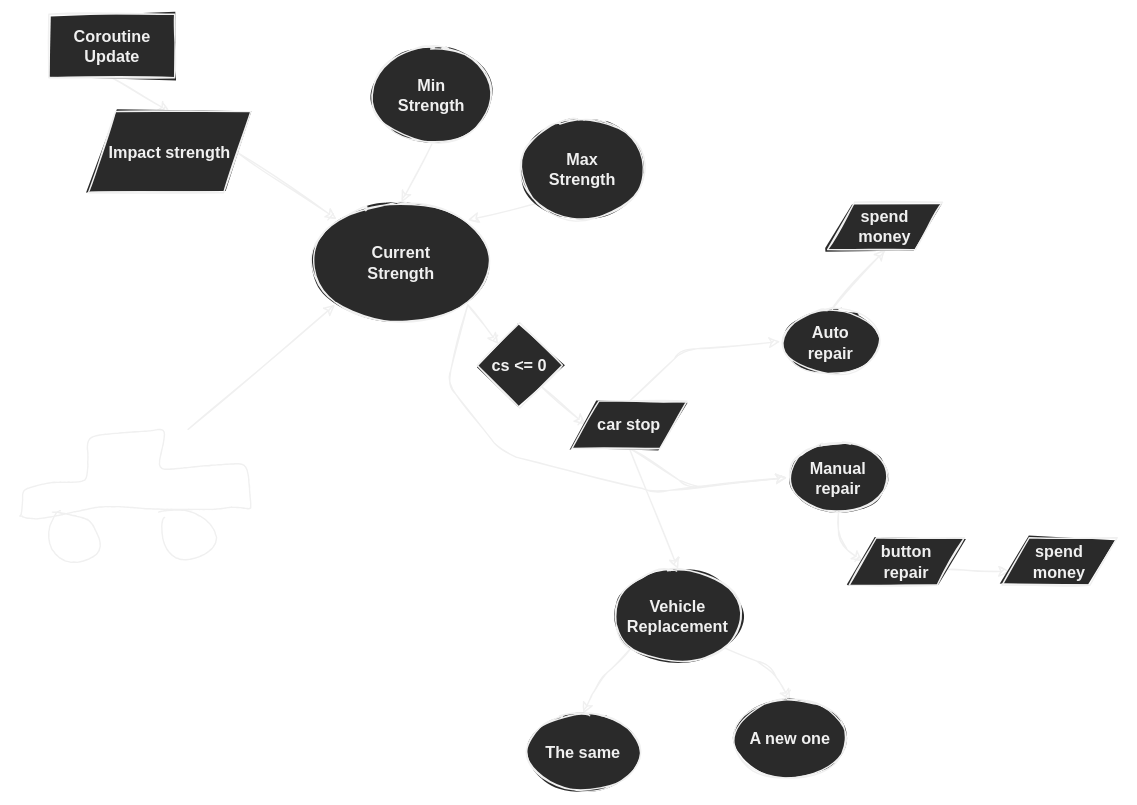
Above: Assets/Documents/MexicoTycoon/Untitled Diagram.svg in MatherTGL/Mexico-Tycoon-Last (draw.io), before the change. Source tidied: cells renumbered, new cells last; positions are measured from the earlier drawing's top-left corner, leaving out a move shared by most shapes.
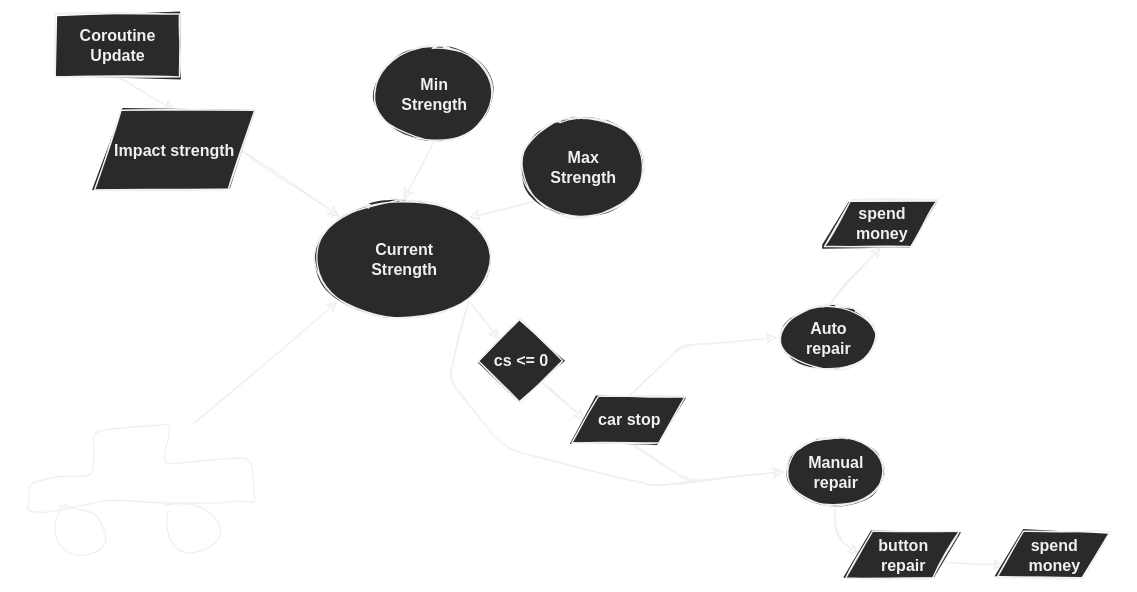
After the change.

What changed in the source:
```diff
@@ -73,9 +73,6 @@
         </Array>
       </mxGeometry>
     </mxCell>
-    <mxCell id="21" style="edgeStyle=none;html=1;exitX=0.5;exitY=1;exitDx=0;exitDy=0;entryX=0.5;entryY=0;entryDx=0;entryDy=0;sketch=1;" parent="1" edge="1" source="22" target="33">
-      <mxGeometry relative="1" as="geometry" />
-    </mxCell>
     <mxCell id="22" value="&lt;b&gt;car stop&lt;/b&gt;" style="shape=parallelogram;perimeter=parallelogramPerimeter;whiteSpace=wrap;html=1;fixedSize=1;sketch=1;" parent="1" vertex="1">
       <mxGeometry x="408" y="286" width="85" height="35" as="geometry" />
     </mxCell>
@@ -107,28 +104,5 @@
     <mxCell id="30" value="&lt;b&gt;spend&lt;br&gt;money&lt;br&gt;&lt;/b&gt;" style="shape=parallelogram;perimeter=parallelogramPerimeter;whiteSpace=wrap;html=1;fixedSize=1;sketch=1;" parent="1" vertex="1">
       <mxGeometry x="726" y="387" width="85" height="35" as="geometry" />
     </mxCell>
-    <mxCell id="31" style="edgeStyle=none;html=1;exitX=0;exitY=1;exitDx=0;exitDy=0;entryX=0.5;entryY=0;entryDx=0;entryDy=0;sketch=1;" parent="1" edge="1" source="33" target="34">
-      <mxGeometry relative="1" as="geometry">
-        <Array as="points">
-          <mxPoint x="427" y="494" />
-        </Array>
-      </mxGeometry>
-    </mxCell>
-    <mxCell id="32" style="edgeStyle=none;html=1;exitX=1;exitY=1;exitDx=0;exitDy=0;entryX=0.5;entryY=0;entryDx=0;entryDy=0;sketch=1;" parent="1" edge="1" source="33" target="35">
-      <mxGeometry relative="1" as="geometry">
-        <Array as="points">
-          <mxPoint x="554" y="482" />
-        </Array>
-      </mxGeometry>
-    </mxCell>
-    <mxCell id="33" value="&lt;b&gt;Vehicle&lt;br&gt;Replacement&lt;/b&gt;" style="ellipse;whiteSpace=wrap;html=1;sketch=1;" parent="1" vertex="1">
-      <mxGeometry x="437" y="410" width="99" height="69" as="geometry" />
-    </mxCell>
-    <mxCell id="34" value="&lt;b&gt;The same&lt;/b&gt;" style="ellipse;whiteSpace=wrap;html=1;sketch=1;" parent="1" vertex="1">
-      <mxGeometry x="373" y="517" width="87" height="57" as="geometry" />
-    </mxCell>
-    <mxCell id="35" value="&lt;b&gt;A new one&lt;/b&gt;" style="ellipse;whiteSpace=wrap;html=1;sketch=1;" parent="1" vertex="1">
-      <mxGeometry x="526" y="507" width="87" height="57" as="geometry" />
-    </mxCell>
   </root>
 </mxGraphModel>
```
